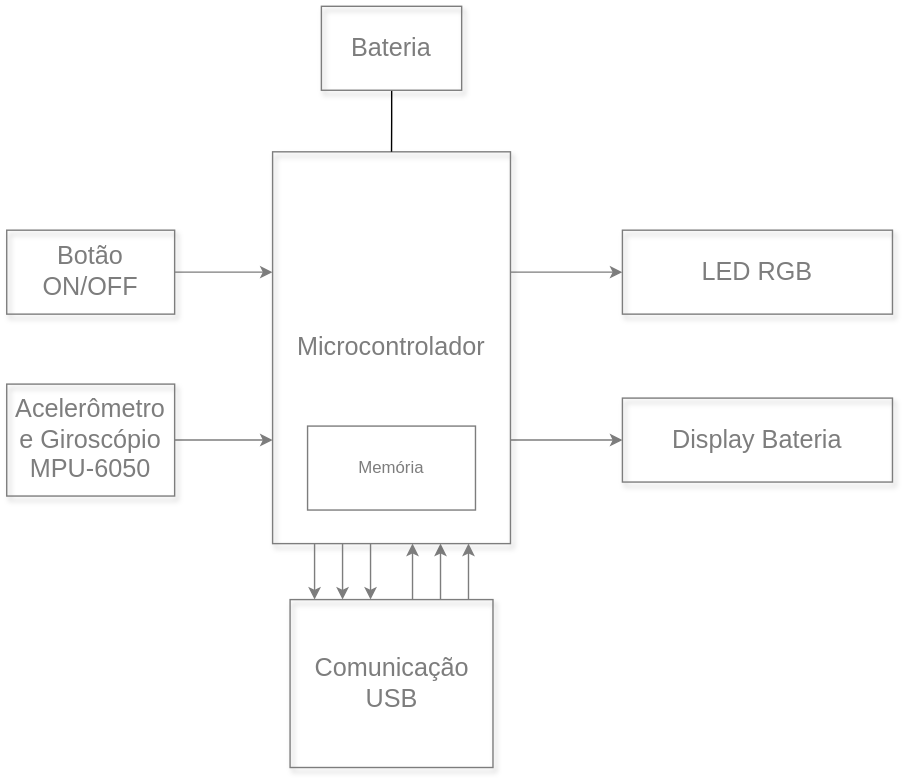
Earlier version of the draw.io export projetos/tennistracker/diagrama_estrutural.svg (teaching-FEEC/ea075-2024.1). Source tidied: cells renumbered, new cells last; positions are measured from the earlier drawing's top-left corner, leaving out a move shared by most shapes.
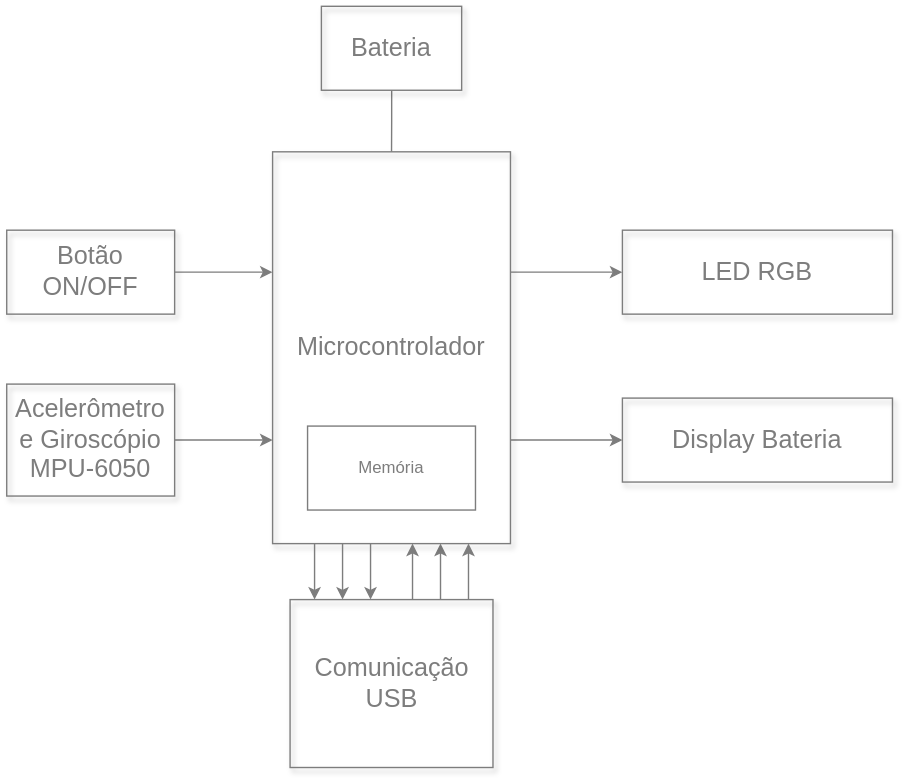
Above is the later version.

What changed in the source:
```diff
@@ -87,7 +87,7 @@
         </Array>
       </mxGeometry>
     </mxCell>
-    <mxCell id="18" style="edgeStyle=orthogonalEdgeStyle;rounded=0;jettySize=auto;html=1;entryX=0.5;entryY=0;entryDx=0;entryDy=0;endArrow=none;endFill=0;" parent="1" edge="1" source="19" target="5">
+    <mxCell id="18" style="edgeStyle=orthogonalEdgeStyle;rounded=0;jettySize=auto;html=1;entryX=0.5;entryY=0;entryDx=0;entryDy=0;endArrow=none;endFill=0;strokeColor=#7d7d7d;align=center;verticalAlign=middle;fontFamily=Helvetica;fontSize=18;fontColor=default;labelBackgroundColor=default;elbow=vertical;startArrow=none;startFill=0;" parent="1" edge="1" source="19" target="5">
       <mxGeometry relative="1" as="geometry" />
     </mxCell>
     <mxCell id="19" value="Bateria" style="whiteSpace=wrap;html=1;shadow=1;fontSize=18;fillColor=none;strokeColor=#7D7D7D;align=center;verticalAlign=middle;fontFamily=Helvetica;fontColor=#7D7D7D;" parent="1" vertex="1">
```
